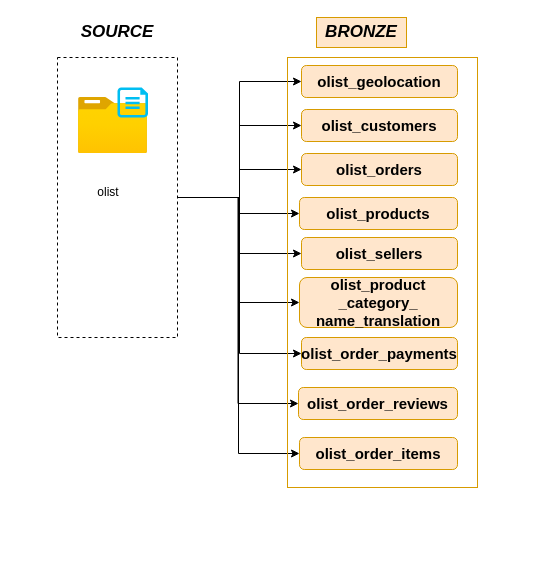
Above: Documentacion/drawio/Flujo De Datos.drawio in eme-19-87/DataAnalytics_Devligth (draw.io), before the change. Source tidied: cells renumbered, new cells numbered last; positions are measured from the earlier drawing's top-left corner, leaving out a move shared by most shapes. Both pictures are drawn from the tidied source at 100%, with x=0, y=0 at pixel (57, 17).
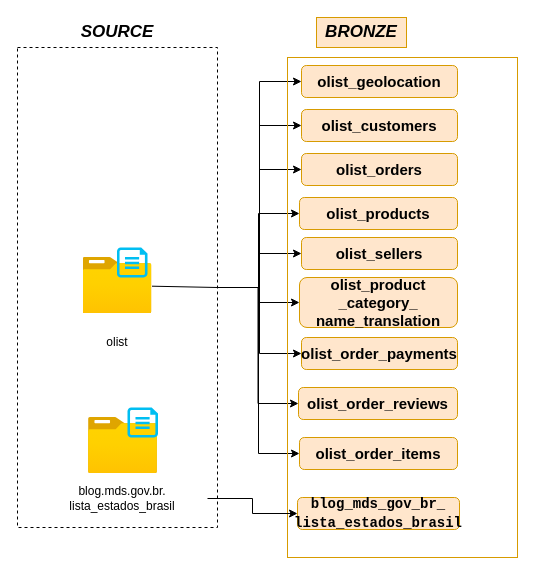
The same page after the edit.

Diff of the diagram source:
```diff
@@
     <mxCell id="11" style="rounded=0;whiteSpace=wrap;html=1;dashed=1;" parent="1" vertex="1">
-      <mxGeometry y="40" width="120" height="280" as="geometry" />
+      <mxGeometry x="-40" y="30" width="200" height="480" as="geometry" />
     </mxCell>
@@
     <mxCell id="13" style="image;html=1;points=[];align=center;fontSize=12;image=img/lib/azure2/general/Folder_Blank.svg;" parent="1" vertex="1">
-      <mxGeometry x="21" y="80" width="69" height="56" as="geometry" />
+      <mxGeometry x="25.5" y="240" width="69" height="56" as="geometry" />
     </mxCell>
     <mxCell id="14" style="verticalLabelPosition=bottom;html=1;verticalAlign=top;align=center;strokeColor=none;fillColor=#00BEF2;shape=mxgraph.azure.cloud_services_configuration_file;" parent="1" vertex="1">
-      <mxGeometry x="60" y="70" width="30.5" height="30" as="geometry" />
+      <mxGeometry x="59.5" y="230" width="30.5" height="30" as="geometry" />
     </mxCell>
     <mxCell id="15" value="olist" style="text;html=1;whiteSpace=wrap;strokeColor=none;fillColor=none;align=center;verticalAlign=middle;rounded=0;" parent="1" vertex="1">
-      <mxGeometry x="21" y="160" width="60" height="30" as="geometry" />
+      <mxGeometry x="30" y="310" width="60" height="30" as="geometry" />
     </mxCell>
     <mxCell id="16" style="rounded=0;whiteSpace=wrap;html=1;fillColor=none;strokeColor=#d79b00;" parent="1" vertex="1">
-      <mxGeometry x="230" y="40" width="190" height="430" as="geometry" />
+      <mxGeometry x="230" y="40" width="230" height="500" as="geometry" />
     </mxCell>
@@
+    <mxCell id="27" style="image;html=1;align=center;fontSize=12;image=img/lib/azure2/general/Folder_Blank.svg;" parent="1" vertex="1">
+      <mxGeometry x="31" y="400" width="69" height="56" as="geometry" />
+    </mxCell>
+    <mxCell id="28" style="verticalLabelPosition=bottom;html=1;verticalAlign=top;align=center;strokeColor=none;fillColor=#00BEF2;shape=mxgraph.azure.cloud_services_configuration_file;" parent="1" vertex="1">
+      <mxGeometry x="70" y="390" width="30.5" height="30" as="geometry" />
+    </mxCell>
+    <mxCell id="29" style="edgeStyle=orthogonalEdgeStyle;rounded=0;jettySize=auto;html=1;" parent="1" edge="1" source="30" target="31">
+      <mxGeometry relative="1" as="geometry" />
+    </mxCell>
+    <mxCell id="30" value="blog.mds.gov.br.&lt;br&gt;lista_estados_brasil" style="text;html=1;whiteSpace=wrap;strokeColor=none;fillColor=none;align=center;verticalAlign=middle;rounded=0;" parent="1" vertex="1">
+      <mxGeometry x="-20" y="466" width="170" height="30" as="geometry" />
+    </mxCell>
+    <mxCell id="31" value="&lt;div style=&quot;font-family: Consolas, &amp;quot;Courier New&amp;quot;, monospace; font-size: 14px; line-height: 19px; white-space: pre;&quot;&gt;&lt;font style=&quot;color: rgb(0, 0, 0);&quot;&gt;&lt;b style=&quot;&quot;&gt;blog_mds_gov_br_&lt;br&gt;lista_estados_brasil&lt;/b&gt;&lt;/font&gt;&lt;/div&gt;" style="rounded=1;whiteSpace=wrap;html=1;fillColor=#ffe6cc;strokeColor=#d79b00;" parent="1" vertex="1">
+      <mxGeometry x="240" y="480" width="162" height="32" as="geometry" />
+    </mxCell>
+    <mxCell id="32" style="endArrow=none;html=1;rounded=0;exitX=1;exitY=0.5;exitDx=0;exitDy=0;" parent="1" edge="1" source="11" target="13">
+      <mxGeometry relative="1" as="geometry" />
+    </mxCell>
```
